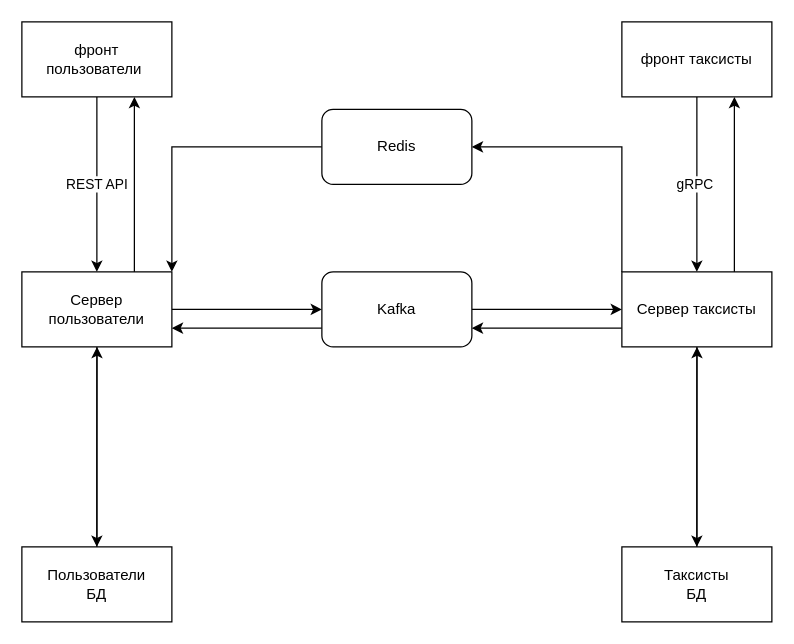
GameXost/YandexGo_proj keeps this draw.io diagram as Диаграмма без названия.drawio. Above is the earlier version. Source tidied: cells renumbered, new cells numbered last; positions are measured from the earlier drawing's top-left corner, leaving out a move shared by most shapes. Both pictures are drawn from the tidied source at 125%, with x=0, y=0 at pixel (21, 21).
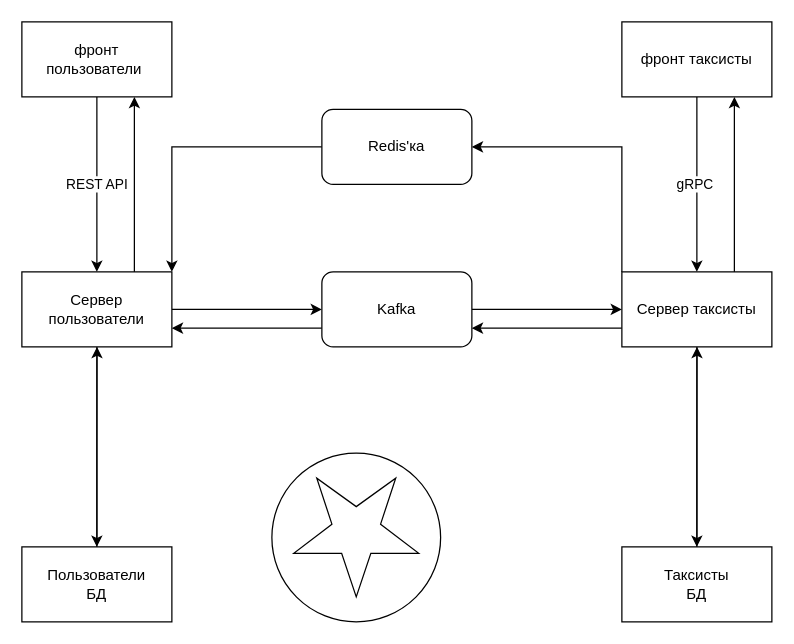
Above is the later version.

The edit, as a diff of the source:
```diff
@@
+    <mxCell id="24" style="ellipse;whiteSpace=wrap;html=1;" parent="1" vertex="1">
+      <mxGeometry x="200" y="345" width="135" height="135" as="geometry" />
+    </mxCell>
@@
-    <mxCell id="23" value="Redis" style="rounded=1;whiteSpace=wrap;html=1;" parent="1" vertex="1">
+    <mxCell id="23" value="Redis'ка" style="rounded=1;whiteSpace=wrap;html=1;" parent="1" vertex="1">
       <mxGeometry x="240" y="70" width="120" height="60" as="geometry" />
     </mxCell>
+    <mxCell id="25" style="verticalLabelPosition=bottom;verticalAlign=top;html=1;shape=mxgraph.basic.star;rotation=-180;" parent="1" vertex="1">
+      <mxGeometry x="217.5" y="365" width="100" height="95" as="geometry" />
+    </mxCell>
```
